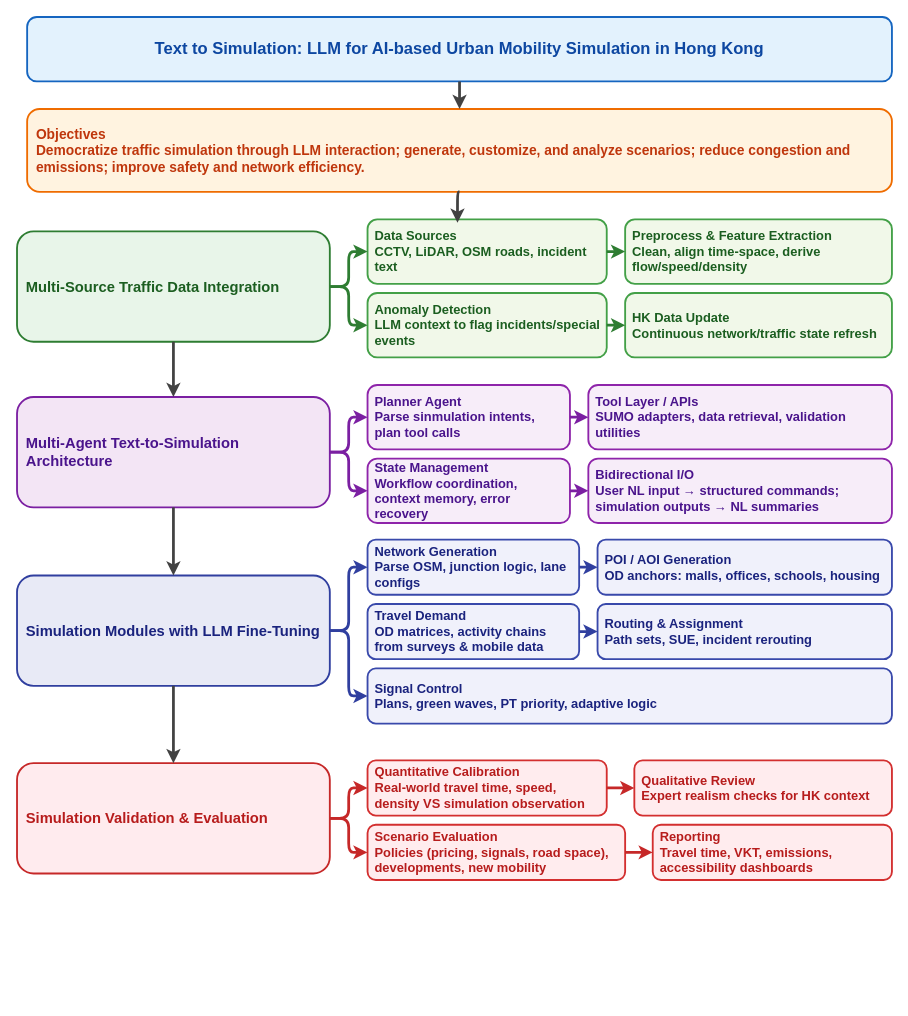
The draw.io diagram figs/Text_to_Simulation_Flow.drawio in Radar-Lei/STF_HK2025, before the edit. Source tidied: cells renumbered, new cells numbered last; positions are measured from the earlier drawing's top-left corner, leaving out a move shared by most shapes. Both pictures are drawn from the tidied source at 92%, with x=0, y=0 at pixel (17, 17).
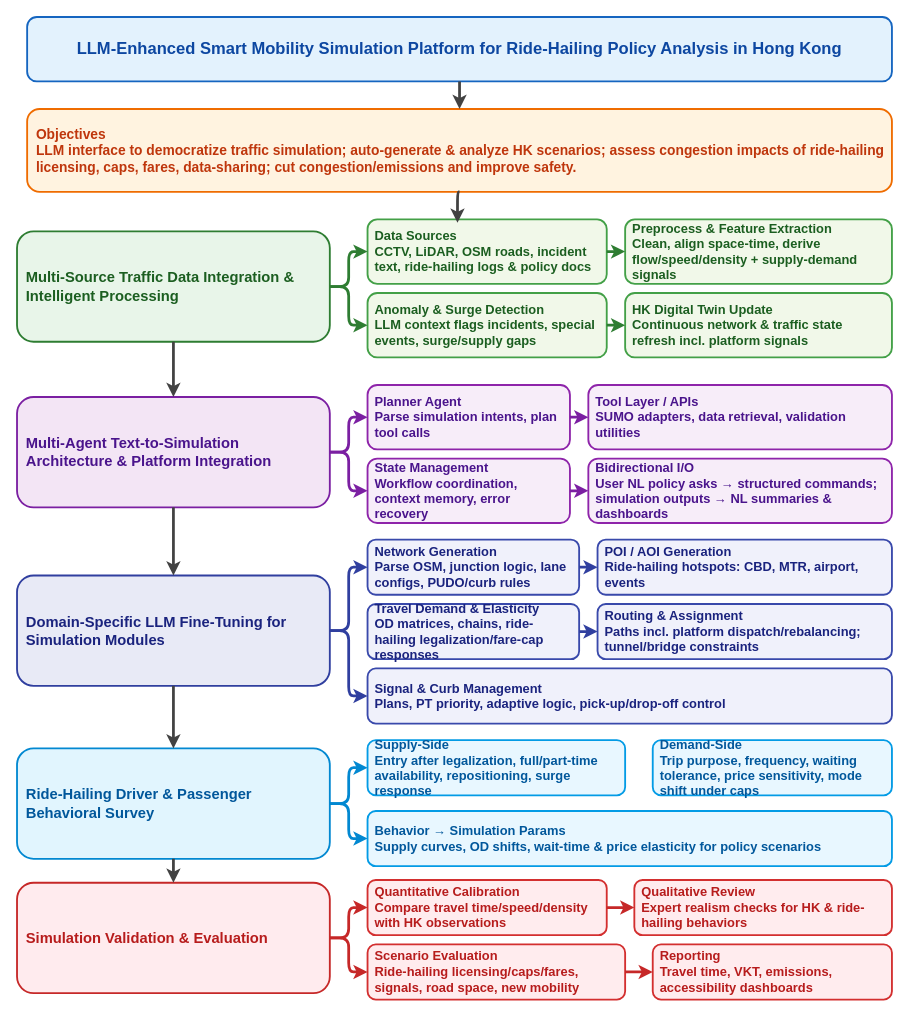
Above is the later version.

Change to the diagram source:
```diff
@@
-    <mxCell id="2" value="&lt;b&gt;Text to Simulation: LLM for AI-based Urban Mobility Simulation in Hong Kong&lt;/b&gt;" style="rounded=1;whiteSpace=wrap;html=1;fillColor=#e3f2fd;strokeColor=#1565c0;strokeWidth=2;fontSize=18;fontStyle=1;fontColor=#0d47a1;align=center;verticalAlign=middle;" parent="1" vertex="1">
+    <mxCell id="2" value="&lt;b&gt;LLM-Enhanced Smart Mobility Simulation Platform for Ride-Hailing Policy Analysis in Hong Kong&lt;/b&gt;" style="rounded=1;whiteSpace=wrap;html=1;fillColor=#e3f2fd;strokeColor=#1565c0;strokeWidth=2;fontSize=18;fontStyle=1;fontColor=#0d47a1;align=center;verticalAlign=middle;" parent="1" vertex="1">
       <mxGeometry x="11" width="940" height="70" as="geometry" />
     </mxCell>
-    <mxCell id="3" value="&lt;b&gt;Objectives&lt;/b&gt;&lt;br&gt;Democratize traffic simulation through LLM interaction; generate, customize, and analyze scenarios; reduce congestion and emissions; improve safety and network efficiency." style="rounded=1;whiteSpace=wrap;html=1;fillColor=#fff3e0;strokeColor=#ef6c00;strokeWidth=2;fontSize=15;fontStyle=1;fontColor=#bf360c;align=left;verticalAlign=middle;spacing=10;" parent="1" vertex="1">
+    <mxCell id="3" value="&lt;b&gt;Objectives&lt;/b&gt;&lt;br&gt;LLM interface to democratize traffic simulation; auto-generate &amp;amp; analyze HK scenarios; assess congestion impacts of ride-hailing licensing, caps, fares, data-sharing; cut congestion/emissions and improve safety." style="rounded=1;whiteSpace=wrap;html=1;fillColor=#fff3e0;strokeColor=#ef6c00;strokeWidth=2;fontSize=15;fontStyle=1;fontColor=#bf360c;align=left;verticalAlign=middle;spacing=10;" parent="1" vertex="1">
       <mxGeometry x="11" y="100" width="940" height="90" as="geometry" />
     </mxCell>
-    <mxCell id="4" value="&lt;b&gt;Multi-Source Traffic Data Integration&lt;/b&gt;" style="rounded=1;whiteSpace=wrap;html=1;fillColor=#e8f5e9;strokeColor=#2e7d32;strokeWidth=2;fontSize=16;fontStyle=1;fontColor=#1b5e20;align=left;verticalAlign=middle;spacing=10;" parent="1" vertex="1">
+    <mxCell id="4" value="&lt;b&gt;Multi-Source Traffic Data Integration &amp;amp; Intelligent Processing&lt;/b&gt;" style="rounded=1;whiteSpace=wrap;html=1;fillColor=#e8f5e9;strokeColor=#2e7d32;strokeWidth=2;fontSize=16;fontStyle=1;fontColor=#1b5e20;align=left;verticalAlign=middle;spacing=10;" parent="1" vertex="1">
       <mxGeometry y="233" width="340" height="120" as="geometry" />
     </mxCell>
-    <mxCell id="5" value="&lt;b&gt;Data Sources&lt;/b&gt;&lt;br&gt;CCTV, LiDAR, OSM roads, incident text" style="rounded=1;whiteSpace=wrap;html=1;fillColor=#f1f8e9;strokeColor=#43a047;strokeWidth=2;fontSize=14;fontStyle=1;fontColor=#1b5e20;align=left;verticalAlign=middle;spacing=8;" parent="1" vertex="1">
+    <mxCell id="5" value="&lt;b&gt;Data Sources&lt;/b&gt;&lt;br&gt;CCTV, LiDAR, OSM roads, incident text, ride-hailing logs &amp;amp; policy docs" style="rounded=1;whiteSpace=wrap;html=1;fillColor=#f1f8e9;strokeColor=#43a047;strokeWidth=2;fontSize=14;fontStyle=1;fontColor=#1b5e20;align=left;verticalAlign=middle;spacing=8;" parent="1" vertex="1">
       <mxGeometry x="381" y="220" width="260" height="70" as="geometry" />
     </mxCell>
-    <mxCell id="6" value="&lt;b&gt;Preprocess &amp; Feature Extraction&lt;/b&gt;&lt;br&gt;Clean, align time-space, derive flow/speed/density" style="rounded=1;whiteSpace=wrap;html=1;fillColor=#f1f8e9;strokeColor=#43a047;strokeWidth=2;fontSize=14;fontStyle=1;fontColor=#1b5e20;align=left;verticalAlign=middle;spacing=8;" parent="1" vertex="1">
+    <mxCell id="6" value="&lt;b&gt;Preprocess &amp;amp; Feature Extraction&lt;/b&gt;&lt;br&gt;Clean, align space-time, derive flow/speed/density + supply-demand signals" style="rounded=1;whiteSpace=wrap;html=1;fillColor=#f1f8e9;strokeColor=#43a047;strokeWidth=2;fontSize=14;fontStyle=1;fontColor=#1b5e20;align=left;verticalAlign=middle;spacing=8;" parent="1" vertex="1">
       <mxGeometry x="661" y="220" width="290" height="70" as="geometry" />
     </mxCell>
-    <mxCell id="7" value="&lt;b&gt;Anomaly Detection&lt;/b&gt;&lt;br&gt;LLM context to flag incidents/special events" style="rounded=1;whiteSpace=wrap;html=1;fillColor=#f1f8e9;strokeColor=#43a047;strokeWidth=2;fontSize=14;fontStyle=1;fontColor=#1b5e20;align=left;verticalAlign=middle;spacing=8;" parent="1" vertex="1">
+    <mxCell id="7" value="&lt;b&gt;Anomaly &amp;amp; Surge Detection&lt;/b&gt;&lt;br&gt;LLM context flags incidents, special events, surge/supply gaps" style="rounded=1;whiteSpace=wrap;html=1;fillColor=#f1f8e9;strokeColor=#43a047;strokeWidth=2;fontSize=14;fontStyle=1;fontColor=#1b5e20;align=left;verticalAlign=middle;spacing=8;" parent="1" vertex="1">
       <mxGeometry x="381" y="300" width="260" height="70" as="geometry" />
     </mxCell>
-    <mxCell id="8" value="&lt;b&gt;HK Data Update&lt;/b&gt;&lt;br&gt;Continuous network/traffic state refresh" style="rounded=1;whiteSpace=wrap;html=1;fillColor=#f1f8e9;strokeColor=#43a047;strokeWidth=2;fontSize=14;fontStyle=1;fontColor=#1b5e20;align=left;verticalAlign=middle;spacing=8;" parent="1" vertex="1">
+    <mxCell id="8" value="&lt;b&gt;HK Digital Twin Update&lt;/b&gt;&lt;br&gt;Continuous network &amp;amp; traffic state refresh incl. platform signals" style="rounded=1;whiteSpace=wrap;html=1;fillColor=#f1f8e9;strokeColor=#43a047;strokeWidth=2;fontSize=14;fontStyle=1;fontColor=#1b5e20;align=left;verticalAlign=middle;spacing=8;" parent="1" vertex="1">
       <mxGeometry x="661" y="300" width="290" height="70" as="geometry" />
     </mxCell>
-    <mxCell id="9" value="&lt;b&gt;Multi-Agent Text-to-Simulation Architecture&lt;/b&gt;" style="rounded=1;whiteSpace=wrap;html=1;fillColor=#f3e5f5;strokeColor=#7b1fa2;strokeWidth=2;fontSize=16;fontStyle=1;fontColor=#4a148c;align=left;verticalAlign=middle;spacing=10;" parent="1" vertex="1">
+    <mxCell id="9" value="&lt;b&gt;Multi-Agent Text-to-Simulation Architecture &amp;amp; Platform Integration&lt;/b&gt;" style="rounded=1;whiteSpace=wrap;html=1;fillColor=#f3e5f5;strokeColor=#7b1fa2;strokeWidth=2;fontSize=16;fontStyle=1;fontColor=#4a148c;align=left;verticalAlign=middle;spacing=10;" parent="1" vertex="1">
       <mxGeometry y="413" width="340" height="120" as="geometry" />
     </mxCell>
-    <mxCell id="10" value="&lt;b&gt;Planner Agent&lt;/b&gt;&lt;br&gt;Parse sinmulation intents, plan tool calls" style="rounded=1;whiteSpace=wrap;html=1;fillColor=#f7edf9;strokeColor=#8e24aa;strokeWidth=2;fontSize=14;fontStyle=1;fontColor=#4a148c;align=left;verticalAlign=middle;spacing=8;" parent="1" vertex="1">
+    <mxCell id="10" value="&lt;b&gt;Planner Agent&lt;/b&gt;&lt;br&gt;Parse simulation intents, plan tool calls" style="rounded=1;whiteSpace=wrap;html=1;fillColor=#f7edf9;strokeColor=#8e24aa;strokeWidth=2;fontSize=14;fontStyle=1;fontColor=#4a148c;align=left;verticalAlign=middle;spacing=8;" parent="1" vertex="1">
       <mxGeometry x="381" y="400" width="220" height="70" as="geometry" />
     </mxCell>
@@
-    <mxCell id="13" value="&lt;b&gt;Bidirectional I/O&lt;/b&gt;&lt;br&gt;User NL input → structured commands; simulation outputs → NL summaries" style="rounded=1;whiteSpace=wrap;html=1;fillColor=#f7edf9;strokeColor=#8e24aa;strokeWidth=2;fontSize=14;fontStyle=1;fontColor=#4a148c;align=left;verticalAlign=middle;spacing=8;" parent="1" vertex="1">
+    <mxCell id="13" value="&lt;b&gt;Bidirectional I/O&lt;/b&gt;&lt;br&gt;User NL policy asks → structured commands; simulation outputs → NL summaries &amp;amp; dashboards" style="rounded=1;whiteSpace=wrap;html=1;fillColor=#f7edf9;strokeColor=#8e24aa;strokeWidth=2;fontSize=14;fontStyle=1;fontColor=#4a148c;align=left;verticalAlign=middle;spacing=8;" parent="1" vertex="1">
       <mxGeometry x="621" y="480" width="330" height="70" as="geometry" />
     </mxCell>
-    <mxCell id="14" value="&lt;b&gt;Simulation Modules with LLM Fine-Tuning&lt;/b&gt;" style="rounded=1;whiteSpace=wrap;html=1;fillColor=#e8eaf6;strokeColor=#303f9f;strokeWidth=2;fontSize=16;fontStyle=1;fontColor=#1a237e;align=left;verticalAlign=middle;spacing=10;" parent="1" vertex="1">
+    <mxCell id="14" value="&lt;b&gt;Domain-Specific LLM Fine-Tuning for Simulation Modules&lt;/b&gt;" style="rounded=1;whiteSpace=wrap;html=1;fillColor=#e8eaf6;strokeColor=#303f9f;strokeWidth=2;fontSize=16;fontStyle=1;fontColor=#1a237e;align=left;verticalAlign=middle;spacing=10;" parent="1" vertex="1">
       <mxGeometry y="607" width="340" height="120" as="geometry" />
     </mxCell>
-    <mxCell id="15" value="&lt;b&gt;Network Generation&lt;/b&gt;&lt;br&gt;Parse OSM, junction logic, lane configs" style="rounded=1;whiteSpace=wrap;html=1;fillColor=#f0f1fb;strokeColor=#3949ab;strokeWidth=2;fontSize=14;fontStyle=1;fontColor=#1a237e;align=left;verticalAlign=middle;spacing=8;" parent="1" vertex="1">
+    <mxCell id="15" value="&lt;b&gt;Network Generation&lt;/b&gt;&lt;br&gt;Parse OSM, junction logic, lane configs, PUDO/curb rules" style="rounded=1;whiteSpace=wrap;html=1;fillColor=#f0f1fb;strokeColor=#3949ab;strokeWidth=2;fontSize=14;fontStyle=1;fontColor=#1a237e;align=left;verticalAlign=middle;spacing=8;" parent="1" vertex="1">
       <mxGeometry x="381" y="568" width="230" height="60" as="geometry" />
     </mxCell>
-    <mxCell id="16" value="&lt;b&gt;POI / AOI Generation&lt;/b&gt;&lt;br&gt;OD anchors: malls, offices, schools, housing" style="rounded=1;whiteSpace=wrap;html=1;fillColor=#f0f1fb;strokeColor=#3949ab;strokeWidth=2;fontSize=14;fontStyle=1;fontColor=#1a237e;align=left;verticalAlign=middle;spacing=8;" parent="1" vertex="1">
+    <mxCell id="16" value="&lt;b&gt;POI / AOI Generation&lt;/b&gt;&lt;br&gt;Ride-hailing hotspots: CBD, MTR, airport, events" style="rounded=1;whiteSpace=wrap;html=1;fillColor=#f0f1fb;strokeColor=#3949ab;strokeWidth=2;fontSize=14;fontStyle=1;fontColor=#1a237e;align=left;verticalAlign=middle;spacing=8;" parent="1" vertex="1">
       <mxGeometry x="631" y="568" width="320" height="60" as="geometry" />
     </mxCell>
-    <mxCell id="17" value="&lt;b&gt;Travel Demand&lt;/b&gt;&lt;br&gt;OD matrices, activity chains from surveys &amp; mobile data" style="rounded=1;whiteSpace=wrap;html=1;fillColor=#f0f1fb;strokeColor=#3949ab;strokeWidth=2;fontSize=14;fontStyle=1;fontColor=#1a237e;align=left;verticalAlign=middle;spacing=8;" parent="1" vertex="1">
+    <mxCell id="17" value="&lt;b&gt;Travel Demand &amp;amp; Elasticity&lt;/b&gt;&lt;br&gt;OD matrices, chains, ride-hailing legalization/fare-cap responses" style="rounded=1;whiteSpace=wrap;html=1;fillColor=#f0f1fb;strokeColor=#3949ab;strokeWidth=2;fontSize=14;fontStyle=1;fontColor=#1a237e;align=left;verticalAlign=middle;spacing=8;" parent="1" vertex="1">
       <mxGeometry x="381" y="638" width="230" height="60" as="geometry" />
     </mxCell>
-    <mxCell id="18" value="&lt;b&gt;Routing &amp; Assignment&lt;/b&gt;&lt;br&gt;Path sets, SUE, incident rerouting" style="rounded=1;whiteSpace=wrap;html=1;fillColor=#f0f1fb;strokeColor=#3949ab;strokeWidth=2;fontSize=14;fontStyle=1;fontColor=#1a237e;align=left;verticalAlign=middle;spacing=8;" parent="1" vertex="1">
+    <mxCell id="18" value="&lt;b&gt;Routing &amp;amp; Assignment&lt;/b&gt;&lt;br&gt;Paths incl. platform dispatch/rebalancing; tunnel/bridge constraints" style="rounded=1;whiteSpace=wrap;html=1;fillColor=#f0f1fb;strokeColor=#3949ab;strokeWidth=2;fontSize=14;fontStyle=1;fontColor=#1a237e;align=left;verticalAlign=middle;spacing=8;" parent="1" vertex="1">
       <mxGeometry x="631" y="638" width="320" height="60" as="geometry" />
     </mxCell>
-    <mxCell id="19" value="&lt;b&gt;Signal Control&lt;/b&gt;&lt;br&gt;Plans, green waves, PT priority, adaptive logic" style="rounded=1;whiteSpace=wrap;html=1;fillColor=#f0f1fb;strokeColor=#3949ab;strokeWidth=2;fontSize=14;fontStyle=1;fontColor=#1a237e;align=left;verticalAlign=middle;spacing=8;" parent="1" vertex="1">
+    <mxCell id="19" value="&lt;b&gt;Signal &amp;amp; Curb Management&lt;/b&gt;&lt;br&gt;Plans, PT priority, adaptive logic, pick-up/drop-off control" style="rounded=1;whiteSpace=wrap;html=1;fillColor=#f0f1fb;strokeColor=#3949ab;strokeWidth=2;fontSize=14;fontStyle=1;fontColor=#1a237e;align=left;verticalAlign=middle;spacing=8;" parent="1" vertex="1">
       <mxGeometry x="381" y="708" width="570" height="60" as="geometry" />
     </mxCell>
-    <mxCell id="20" value="&lt;b&gt;Simulation Validation &amp;amp; Evaluation&lt;/b&gt;" style="rounded=1;whiteSpace=wrap;html=1;fillColor=#ffebee;strokeColor=#c62828;strokeWidth=2;fontSize=16;fontStyle=1;fontColor=#b71c1c;align=left;verticalAlign=middle;spacing=10;" parent="1" vertex="1">
-      <mxGeometry y="811" width="340" height="120" as="geometry" />
+    <mxCell id="20" value="&lt;b&gt;Ride-Hailing Driver &amp;amp; Passenger Behavioral Survey&lt;/b&gt;" style="rounded=1;whiteSpace=wrap;html=1;fillColor=#e1f5fe;strokeColor=#0288d1;strokeWidth=2;fontSize=16;fontStyle=1;fontColor=#01579b;align=left;verticalAlign=middle;spacing=10;" parent="1" vertex="1">
+      <mxGeometry y="795" width="340" height="120" as="geometry" />
     </mxCell>
-    <mxCell id="21" value="&lt;b&gt;Quantitative Calibration&lt;/b&gt;&lt;br&gt;Real-world travel time, speed, density VS simulation observation" style="rounded=1;whiteSpace=wrap;html=1;fillColor=#ffecee;strokeColor=#d32f2f;strokeWidth=2;fontSize=14;fontStyle=1;fontColor=#b71c1c;align=left;verticalAlign=middle;spacing=8;" parent="1" vertex="1">
-      <mxGeometry x="381" y="808" width="260" height="60" as="geometry" />
-    </mxCell>
-    <mxCell id="22" value="&lt;b&gt;Qualitative Review&lt;/b&gt;&lt;br&gt;Expert realism checks for HK context" style="rounded=1;whiteSpace=wrap;html=1;fillColor=#ffecee;strokeColor=#d32f2f;strokeWidth=2;fontSize=14;fontStyle=1;fontColor=#b71c1c;align=left;verticalAlign=middle;spacing=8;" parent="1" vertex="1">
-      <mxGeometry x="671" y="808" width="280" height="60" as="geometry" />
-    </mxCell>
-    <mxCell id="23" value="&lt;b&gt;Scenario Evaluation&lt;/b&gt;&lt;br&gt;Policies (pricing, signals, road space), developments, new mobility" style="rounded=1;whiteSpace=wrap;html=1;fillColor=#ffecee;strokeColor=#d32f2f;strokeWidth=2;fontSize=14;fontStyle=1;fontColor=#b71c1c;align=left;verticalAlign=middle;spacing=8;" parent="1" vertex="1">
-      <mxGeometry x="381" y="878" width="280" height="60" as="geometry" />
-    </mxCell>
+    <mxCell id="46" value="&lt;b&gt;Supply-Side&lt;/b&gt;&lt;br&gt;Entry after legalization, full/part-time availability, repositioning, surge response" style="rounded=1;whiteSpace=wrap;html=1;fillColor=#e8f7ff;strokeColor=#039be5;strokeWidth=2;fontSize=14;fontStyle=1;fontColor=#01579b;align=left;verticalAlign=middle;spacing=8;" parent="1" vertex="1">
+      <mxGeometry x="381" y="786" width="280" height="60" as="geometry" />
+    </mxCell>
+    <mxCell id="47" value="&lt;b&gt;Demand-Side&lt;/b&gt;&lt;br&gt;Trip purpose, frequency, waiting tolerance, price sensitivity, mode shift under caps" style="rounded=1;whiteSpace=wrap;html=1;fillColor=#e8f7ff;strokeColor=#039be5;strokeWidth=2;fontSize=14;fontStyle=1;fontColor=#01579b;align=left;verticalAlign=middle;spacing=8;" parent="1" vertex="1">
+      <mxGeometry x="691" y="786" width="260" height="60" as="geometry" />
+    </mxCell>
+    <mxCell id="48" value="&lt;b&gt;Behavior → Simulation Params&lt;/b&gt;&lt;br&gt;Supply curves, OD shifts, wait-time &amp;amp; price elasticity for policy scenarios" style="rounded=1;whiteSpace=wrap;html=1;fillColor=#e8f7ff;strokeColor=#039be5;strokeWidth=2;fontSize=14;fontStyle=1;fontColor=#01579b;align=left;verticalAlign=middle;spacing=8;" parent="1" vertex="1">
+      <mxGeometry x="381" y="863" width="570" height="60" as="geometry" />
+    </mxCell>
+    <mxCell id="49" value="&lt;b&gt;Simulation Validation &amp;amp; Evaluation&lt;/b&gt;" style="rounded=1;whiteSpace=wrap;html=1;fillColor=#ffebee;strokeColor=#c62828;strokeWidth=2;fontSize=16;fontStyle=1;fontColor=#b71c1c;align=left;verticalAlign=middle;spacing=10;" parent="1" vertex="1">
+      <mxGeometry y="941" width="340" height="120" as="geometry" />
+    </mxCell>
+    <mxCell id="50" value="&lt;b&gt;Quantitative Calibration&lt;/b&gt;&lt;br&gt;Compare travel time/speed/density with HK observations" style="rounded=1;whiteSpace=wrap;html=1;fillColor=#ffecee;strokeColor=#d32f2f;strokeWidth=2;fontSize=14;fontStyle=1;fontColor=#b71c1c;align=left;verticalAlign=middle;spacing=8;" parent="1" vertex="1">
+      <mxGeometry x="381" y="938" width="260" height="60" as="geometry" />
+    </mxCell>
+    <mxCell id="51" value="&lt;b&gt;Qualitative Review&lt;/b&gt;&lt;br&gt;Expert realism checks for HK &amp;amp; ride-hailing behaviors" style="rounded=1;whiteSpace=wrap;html=1;fillColor=#ffecee;strokeColor=#d32f2f;strokeWidth=2;fontSize=14;fontStyle=1;fontColor=#b71c1c;align=left;verticalAlign=middle;spacing=8;" parent="1" vertex="1">
+      <mxGeometry x="671" y="938" width="280" height="60" as="geometry" />
+    </mxCell>
+    <mxCell id="52" value="&lt;b&gt;Scenario Evaluation&lt;/b&gt;&lt;br&gt;Ride-hailing licensing/caps/fares, signals, road space, new mobility" style="rounded=1;whiteSpace=wrap;html=1;fillColor=#ffecee;strokeColor=#d32f2f;strokeWidth=2;fontSize=14;fontStyle=1;fontColor=#b71c1c;align=left;verticalAlign=middle;spacing=8;" parent="1" vertex="1">
+      <mxGeometry x="381" y="1008" width="280" height="60" as="geometry" />
+    </mxCell>
     <mxCell id="24" value="&lt;b&gt;Reporting&lt;/b&gt;&lt;br&gt;Travel time, VKT, emissions, accessibility dashboards" style="rounded=1;whiteSpace=wrap;html=1;fillColor=#ffecee;strokeColor=#d32f2f;strokeWidth=2;fontSize=14;fontStyle=1;fontColor=#b71c1c;align=left;verticalAlign=middle;spacing=8;" parent="1" vertex="1">
-      <mxGeometry x="691" y="878" width="260" height="60" as="geometry" />
+      <mxGeometry x="691" y="1008" width="260" height="60" as="geometry" />
     </mxCell>
@@
+    <mxCell id="53" style="edgeStyle=orthogonalEdgeStyle;rounded=1;jettySize=auto;html=1;strokeColor=#424242;strokeWidth=3;endArrow=classic;startArrow=none;jumpStyle=arc;jumpSize=6;" parent="1" edge="1" source="20" target="49">
+      <mxGeometry relative="1" as="geometry" />
+    </mxCell>
@@
+    <mxCell id="54" style="edgeStyle=orthogonalEdgeStyle;rounded=1;jettySize=auto;html=1;strokeColor=#0288d1;strokeWidth=3;endArrow=classic;startArrow=none;jumpStyle=arc;jumpSize=6;exitX=1;exitY=0.5;exitDx=0;exitDy=0;entryX=0;entryY=0.5;entryDx=0;entryDy=0;" parent="1" edge="1" source="20" target="46">
+      <mxGeometry relative="1" as="geometry" />
+    </mxCell>
+    <mxCell id="55" style="edgeStyle=orthogonalEdgeStyle;rounded=1;jettySize=auto;html=1;strokeColor=#0288d1;strokeWidth=3;endArrow=classic;startArrow=none;jumpStyle=arc;jumpSize=6;exitX=1;exitY=0.5;exitDx=0;exitDy=0;entryX=0;entryY=0.5;entryDx=0;entryDy=0;" parent="1" edge="1" source="20" target="48">
+      <mxGeometry relative="1" as="geometry" />
+    </mxCell>
@@
-    <mxCell id="35" style="edgeStyle=orthogonalEdgeStyle;rounded=1;jettySize=auto;html=1;strokeColor=#c62828;strokeWidth=3;endArrow=classic;startArrow=none;jumpStyle=arc;jumpSize=6;" parent="1" edge="1" source="21" target="22">
+    <mxCell id="35" style="edgeStyle=orthogonalEdgeStyle;rounded=1;jettySize=auto;html=1;strokeColor=#c62828;strokeWidth=3;endArrow=classic;startArrow=none;jumpStyle=arc;jumpSize=6;" parent="1" edge="1" source="50" target="51">
       <mxGeometry relative="1" as="geometry" />
     </mxCell>
-    <mxCell id="36" style="edgeStyle=orthogonalEdgeStyle;rounded=1;jettySize=auto;html=1;strokeColor=#c62828;strokeWidth=3;endArrow=classic;startArrow=none;jumpStyle=arc;jumpSize=6;" parent="1" edge="1" source="23" target="24">
+    <mxCell id="36" style="edgeStyle=orthogonalEdgeStyle;rounded=1;jettySize=auto;html=1;strokeColor=#c62828;strokeWidth=3;endArrow=classic;startArrow=none;jumpStyle=arc;jumpSize=6;" parent="1" edge="1" source="52" target="24">
       <mxGeometry relative="1" as="geometry" />
     </mxCell>
@@
-    <mxCell id="43" style="edgeStyle=orthogonalEdgeStyle;rounded=1;jettySize=auto;html=1;strokeColor=#c62828;strokeWidth=3;endArrow=classic;startArrow=none;jumpStyle=arc;jumpSize=6;exitX=1;exitY=0.5;exitDx=0;exitDy=0;entryX=0;entryY=0.5;entryDx=0;entryDy=0;" parent="1" edge="1" source="20" target="21">
+    <mxCell id="43" style="edgeStyle=orthogonalEdgeStyle;rounded=1;jettySize=auto;html=1;strokeColor=#c62828;strokeWidth=3;endArrow=classic;startArrow=none;jumpStyle=arc;jumpSize=6;exitX=1;exitY=0.5;exitDx=0;exitDy=0;entryX=0;entryY=0.5;entryDx=0;entryDy=0;" parent="1" edge="1" source="49" target="50">
       <mxGeometry relative="1" as="geometry" />
     </mxCell>
-    <mxCell id="44" style="edgeStyle=orthogonalEdgeStyle;rounded=1;jettySize=auto;html=1;strokeColor=#c62828;strokeWidth=3;endArrow=classic;startArrow=none;jumpStyle=arc;jumpSize=6;exitX=1;exitY=0.5;exitDx=0;exitDy=0;entryX=0;entryY=0.5;entryDx=0;entryDy=0;" parent="1" edge="1" source="20" target="23">
+    <mxCell id="44" style="edgeStyle=orthogonalEdgeStyle;rounded=1;jettySize=auto;html=1;strokeColor=#c62828;strokeWidth=3;endArrow=classic;startArrow=none;jumpStyle=arc;jumpSize=6;exitX=1;exitY=0.5;exitDx=0;exitDy=0;entryX=0;entryY=0.5;entryDx=0;entryDy=0;" parent="1" edge="1" source="49" target="52">
       <mxGeometry relative="1" as="geometry" />
     </mxCell>
```
